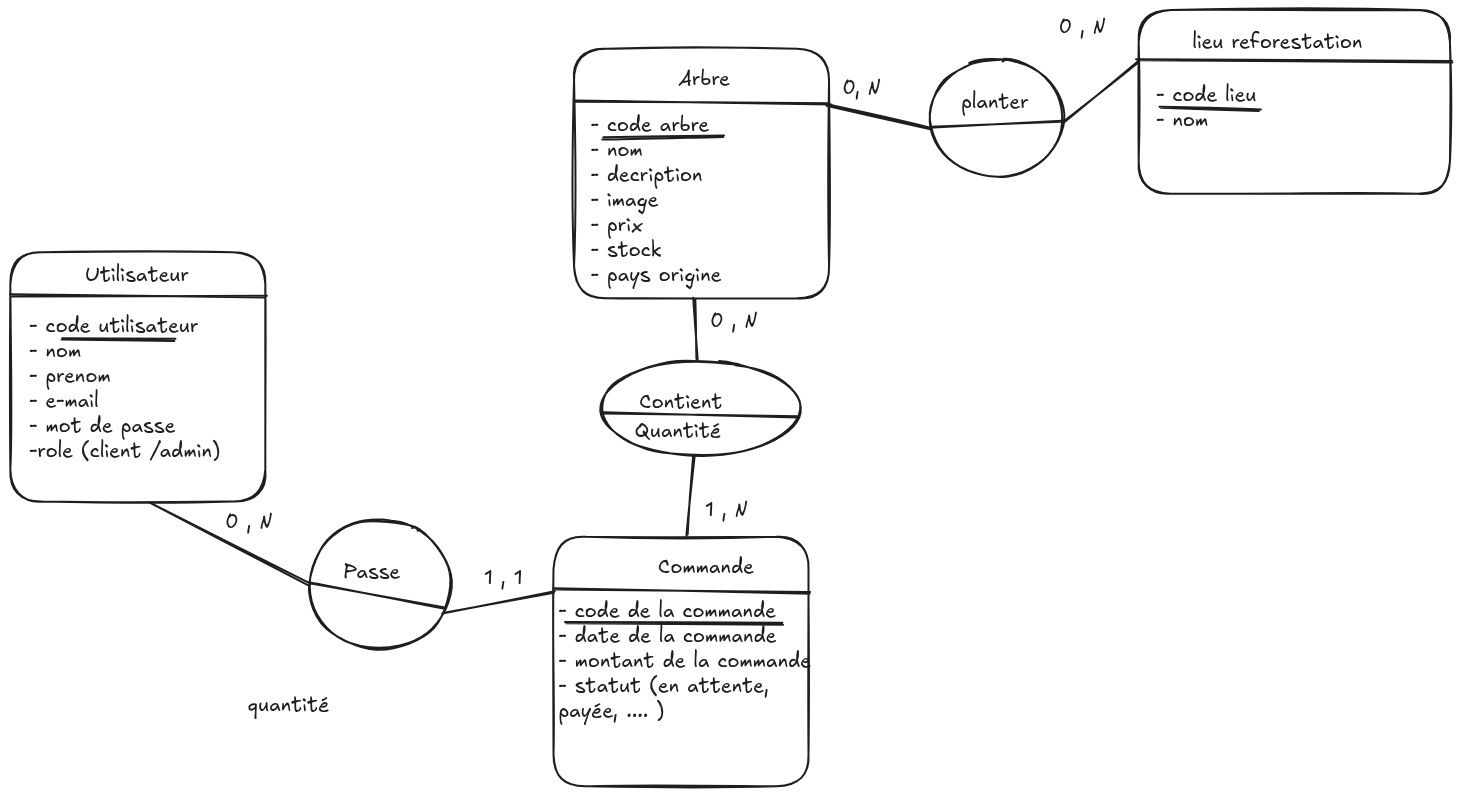
Before: conception/MLD-MCD-MPD/MCD2.excalidraw.png, a diagram exported from Excalidraw (AnneSophieBaumgart/Greenroots). Source tidied: one line per element, renumbered; positions are measured from the earlier drawing's top-left corner, leaving out a move shared by most shapes.
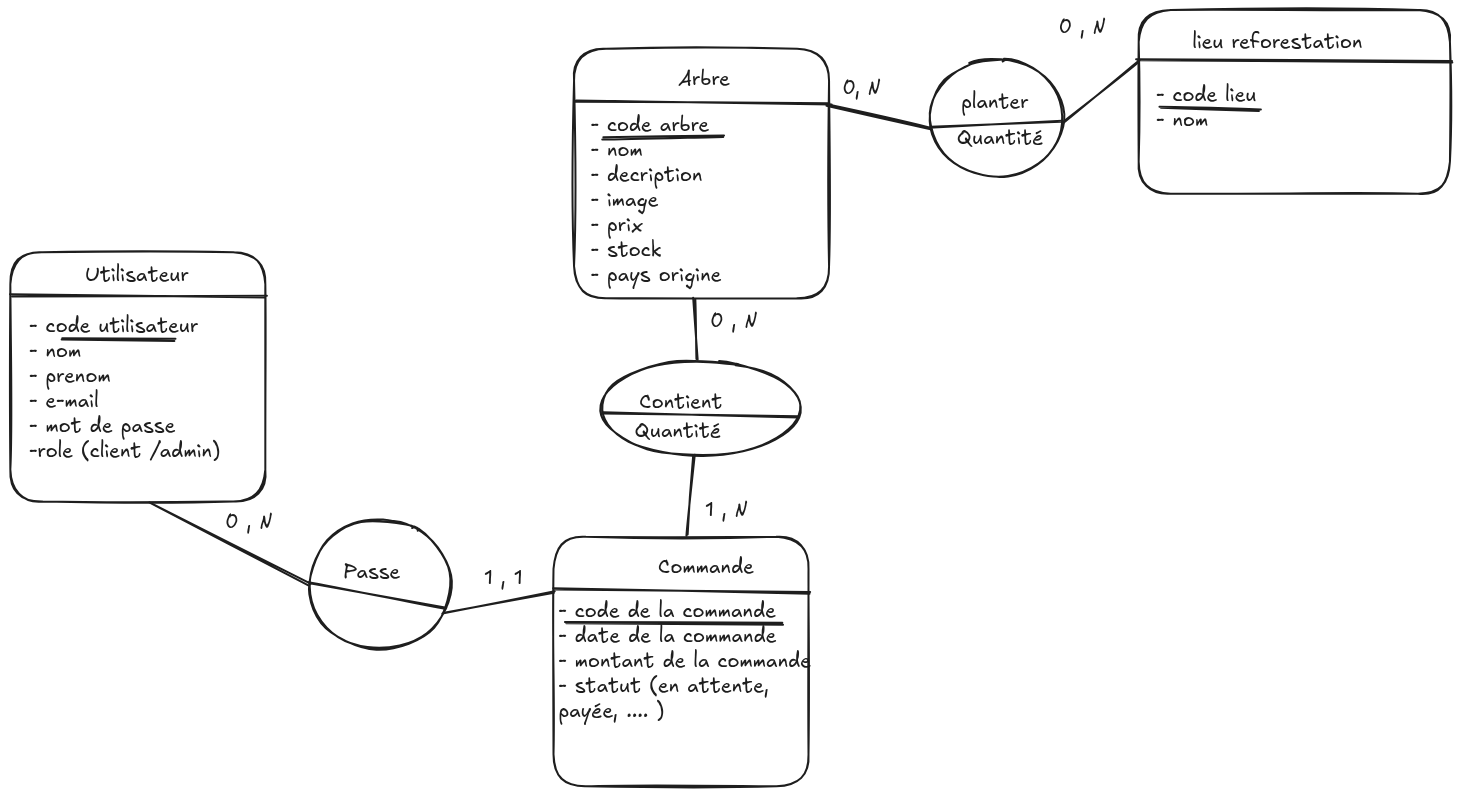
Later version of the same file.

Change to the diagram source:
```diff
@@ -40,3 +40,4 @@
 {"id": 39, "type": "text", "text": "0 , N", "strokeColor": "#1e1e1e", "strokeWidth": 2, "roughness": 1, "fontSize": 20, "fontFamily": 5, "x": 1048, "y": 5, "width": 70, "height": 25}
 {"id": 40, "type": "line", "strokeColor": "#1e1e1e", "strokeWidth": 2, "roughness": 1, "round": true, "x": 1151, "y": 98, "width": 99, "height": 2, "points": [[0, 0], [99, 2]]}
 {"id": 41, "type": "text", "text": "Quantité", "strokeColor": "#1e1e1e", "strokeWidth": 2, "roughness": 1, "fontSize": 20, "fontFamily": 5, "x": 624, "y": 409, "width": 86, "height": 25}
+{"id": 42, "type": "text", "text": "Quantité", "strokeColor": "#1e1e1e", "strokeWidth": 2, "roughness": 1, "fontSize": 20, "fontFamily": 5, "x": 947, "y": 117, "width": 86, "height": 25}
```
